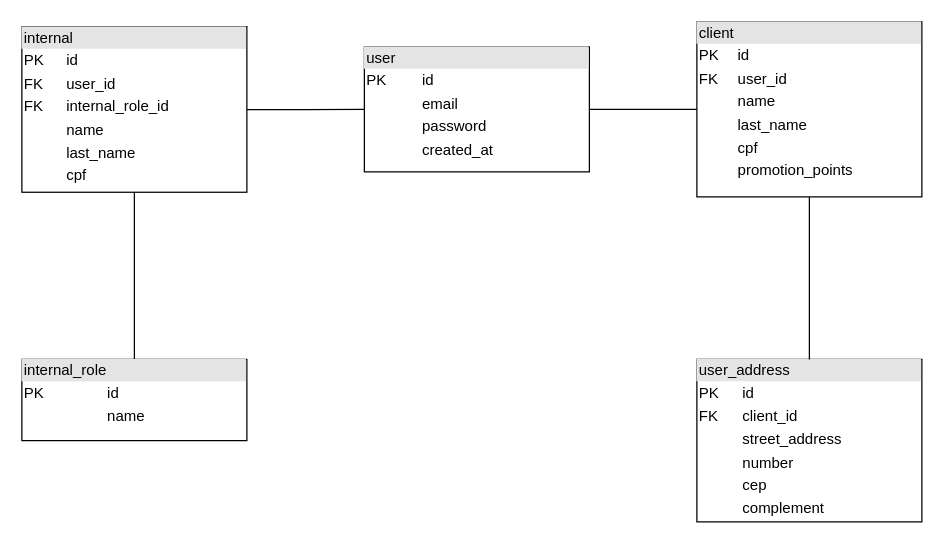
The draw.io diagram page "User" (2 of 3) of docs/data-modeling/data_modeling.drawio in doda-s/nippon-ten, before the edit. Source tidied: cells renumbered, new cells numbered last; positions are measured from the earlier drawing's top-left corner, leaving out a move shared by most shapes. Both pictures are drawn from the tidied source at 125%, with x=0, y=0 at pixel (21, 21).
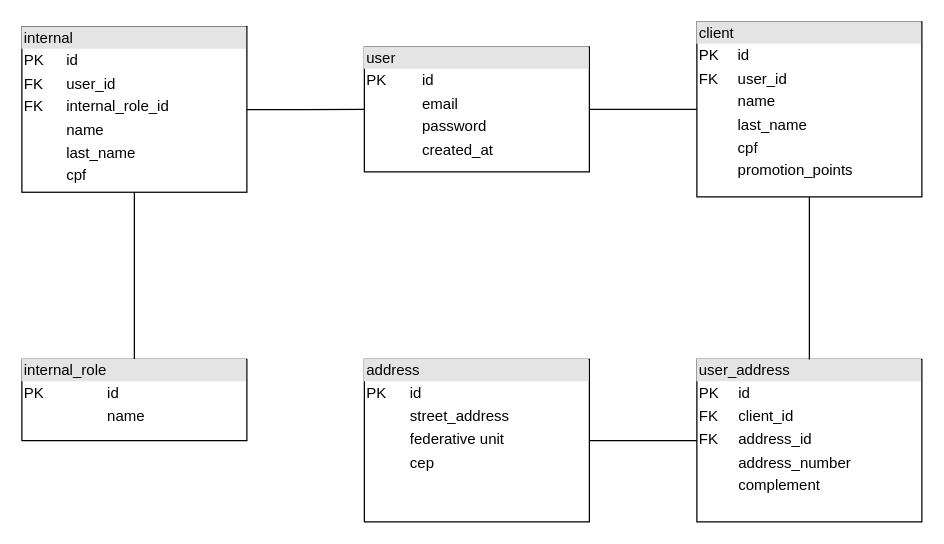
The same page after the edit.

Commit message:
docs: add product order diagram to data_modeling.drawio

The edit, as a diff of the source:
```diff
@@
 <mxGraphModel>
   <root>
     <mxCell id="0" />
     <mxCell id="1" parent="0" />
     <mxCell id="2" value="&lt;div style=&quot;box-sizing: border-box; width: 100%; background: rgb(228, 228, 228); padding: 2px;&quot;&gt;user&lt;/div&gt;&lt;table style=&quot;width:100%;font-size:1em;&quot; cellpadding=&quot;2&quot; cellspacing=&quot;0&quot;&gt;&lt;tbody&gt;&lt;tr&gt;&lt;td&gt;PK&lt;/td&gt;&lt;td&gt;id&lt;/td&gt;&lt;/tr&gt;&lt;tr&gt;&lt;td&gt;&lt;br&gt;&lt;/td&gt;&lt;td&gt;email&lt;/td&gt;&lt;/tr&gt;&lt;tr&gt;&lt;td&gt;&lt;br&gt;&lt;/td&gt;&lt;td&gt;password&lt;br&gt;&lt;/td&gt;&lt;/tr&gt;&lt;tr&gt;&lt;td&gt;&lt;br&gt;&lt;/td&gt;&lt;td&gt;created_at&lt;/td&gt;&lt;/tr&gt;&lt;/tbody&gt;&lt;/table&gt;" style="verticalAlign=top;align=left;overflow=fill;html=1;whiteSpace=wrap;" parent="1" vertex="1">
       <mxGeometry x="274" y="20" width="180" height="100" as="geometry" />
     </mxCell>
-    <mxCell id="3" value="&lt;div style=&quot;box-sizing: border-box; width: 100%; background: rgb(228, 228, 228); padding: 2px;&quot;&gt;user_address&lt;/div&gt;&lt;table style=&quot;width:100%;font-size:1em;&quot; cellpadding=&quot;2&quot; cellspacing=&quot;0&quot;&gt;&lt;tbody&gt;&lt;tr&gt;&lt;td&gt;PK&lt;/td&gt;&lt;td&gt;id&lt;/td&gt;&lt;/tr&gt;&lt;tr&gt;&lt;td&gt;FK&lt;/td&gt;&lt;td&gt;client_id&lt;/td&gt;&lt;/tr&gt;&lt;tr&gt;&lt;td&gt;&lt;/td&gt;&lt;td&gt;street_address&lt;/td&gt;&lt;/tr&gt;&lt;tr&gt;&lt;td&gt;&lt;br&gt;&lt;/td&gt;&lt;td&gt;number&lt;/td&gt;&lt;/tr&gt;&lt;tr&gt;&lt;td&gt;&lt;br&gt;&lt;/td&gt;&lt;td&gt;cep&lt;/td&gt;&lt;/tr&gt;&lt;tr&gt;&lt;td&gt;&lt;br&gt;&lt;/td&gt;&lt;td&gt;complement&lt;/td&gt;&lt;/tr&gt;&lt;/tbody&gt;&lt;/table&gt;" style="verticalAlign=top;align=left;overflow=fill;html=1;whiteSpace=wrap;" parent="1" vertex="1">
+    <mxCell id="3" value="&lt;div style=&quot;box-sizing: border-box; width: 100%; background: rgb(228, 228, 228); padding: 2px;&quot;&gt;user_address&lt;/div&gt;&lt;table style=&quot;width:100%;font-size:1em;&quot; cellpadding=&quot;2&quot; cellspacing=&quot;0&quot;&gt;&lt;tbody&gt;&lt;tr&gt;&lt;td&gt;PK&lt;/td&gt;&lt;td&gt;id&lt;/td&gt;&lt;/tr&gt;&lt;tr&gt;&lt;td&gt;FK&lt;/td&gt;&lt;td&gt;client_id&lt;/td&gt;&lt;/tr&gt;&lt;tr&gt;&lt;td&gt;FK&lt;/td&gt;&lt;td&gt;address_id&lt;/td&gt;&lt;/tr&gt;&lt;tr&gt;&lt;td&gt;&lt;br&gt;&lt;/td&gt;&lt;td&gt;address_number&lt;/td&gt;&lt;/tr&gt;&lt;tr&gt;&lt;td&gt;&lt;br&gt;&lt;/td&gt;&lt;td&gt;complement&lt;/td&gt;&lt;/tr&gt;&lt;/tbody&gt;&lt;/table&gt;" style="verticalAlign=top;align=left;overflow=fill;html=1;whiteSpace=wrap;" parent="1" vertex="1">
       <mxGeometry x="540" y="270" width="180" height="130" as="geometry" />
     </mxCell>
     <mxCell id="4" style="edgeStyle=orthogonalEdgeStyle;rounded=0;jettySize=auto;html=1;entryX=0;entryY=0.5;entryDx=0;entryDy=0;endArrow=none;endFill=0;" parent="1" edge="1" source="6" target="2">
       <mxGeometry relative="1" as="geometry" />
     </mxCell>
     <mxCell id="5" style="edgeStyle=orthogonalEdgeStyle;rounded=0;jettySize=auto;html=1;entryX=0.5;entryY=0;entryDx=0;entryDy=0;endArrow=none;endFill=0;" parent="1" edge="1" source="6" target="7">
       <mxGeometry relative="1" as="geometry" />
     </mxCell>
     <mxCell id="6" value="&lt;div style=&quot;box-sizing: border-box; width: 100%; background: rgb(228, 228, 228); padding: 2px;&quot;&gt;internal&lt;/div&gt;&lt;table style=&quot;width:100%;font-size:1em;&quot; cellpadding=&quot;2&quot; cellspacing=&quot;0&quot;&gt;&lt;tbody&gt;&lt;tr&gt;&lt;td&gt;PK&lt;/td&gt;&lt;td&gt;id&lt;/td&gt;&lt;/tr&gt;&lt;tr&gt;&lt;td&gt;FK&lt;/td&gt;&lt;td&gt;user_id&lt;/td&gt;&lt;/tr&gt;&lt;tr&gt;&lt;td&gt;FK&lt;/td&gt;&lt;td&gt;internal_role_id&lt;/td&gt;&lt;/tr&gt;&lt;tr&gt;&lt;td&gt;&lt;br&gt;&lt;/td&gt;&lt;td&gt;name&lt;/td&gt;&lt;/tr&gt;&lt;tr&gt;&lt;td&gt;&lt;br&gt;&lt;/td&gt;&lt;td&gt;last_name&lt;/td&gt;&lt;/tr&gt;&lt;tr&gt;&lt;td&gt;&lt;br&gt;&lt;/td&gt;&lt;td&gt;cpf&lt;/td&gt;&lt;/tr&gt;&lt;/tbody&gt;&lt;/table&gt;" style="verticalAlign=top;align=left;overflow=fill;html=1;whiteSpace=wrap;" parent="1" vertex="1">
       <mxGeometry y="3.8" width="180" height="132.5" as="geometry" />
     </mxCell>
     <mxCell id="7" value="&lt;div style=&quot;box-sizing: border-box; width: 100%; background: rgb(228, 228, 228); padding: 2px;&quot;&gt;internal_role&lt;/div&gt;&lt;table style=&quot;width:100%;font-size:1em;&quot; cellpadding=&quot;2&quot; cellspacing=&quot;0&quot;&gt;&lt;tbody&gt;&lt;tr&gt;&lt;td&gt;PK&lt;/td&gt;&lt;td&gt;id&lt;/td&gt;&lt;/tr&gt;&lt;tr&gt;&lt;td&gt;&lt;br&gt;&lt;/td&gt;&lt;td&gt;name&lt;/td&gt;&lt;/tr&gt;&lt;/tbody&gt;&lt;/table&gt;" style="verticalAlign=top;align=left;overflow=fill;html=1;whiteSpace=wrap;" parent="1" vertex="1">
       <mxGeometry y="270" width="180" height="65" as="geometry" />
     </mxCell>
     <mxCell id="8" style="edgeStyle=orthogonalEdgeStyle;rounded=0;jettySize=auto;html=1;entryX=0.5;entryY=0;entryDx=0;entryDy=0;endArrow=none;endFill=0;" parent="1" edge="1" source="10" target="3">
       <mxGeometry relative="1" as="geometry" />
     </mxCell>
     <mxCell id="9" style="edgeStyle=orthogonalEdgeStyle;rounded=0;jettySize=auto;html=1;entryX=1;entryY=0.5;entryDx=0;entryDy=0;endArrow=none;endFill=0;" parent="1" edge="1" source="10" target="2">
       <mxGeometry relative="1" as="geometry" />
     </mxCell>
     <mxCell id="10" value="&lt;div style=&quot;box-sizing: border-box; width: 100%; background: rgb(228, 228, 228); padding: 2px;&quot;&gt;client&lt;/div&gt;&lt;table style=&quot;width:100%;font-size:1em;&quot; cellpadding=&quot;2&quot; cellspacing=&quot;0&quot;&gt;&lt;tbody&gt;&lt;tr&gt;&lt;td&gt;PK&lt;/td&gt;&lt;td&gt;id&lt;/td&gt;&lt;/tr&gt;&lt;tr&gt;&lt;td&gt;FK&lt;/td&gt;&lt;td&gt;user_id&lt;/td&gt;&lt;/tr&gt;&lt;tr&gt;&lt;td&gt;&lt;br&gt;&lt;/td&gt;&lt;td&gt;name&lt;/td&gt;&lt;/tr&gt;&lt;tr&gt;&lt;td&gt;&lt;br&gt;&lt;/td&gt;&lt;td&gt;last_name&lt;/td&gt;&lt;/tr&gt;&lt;tr&gt;&lt;td&gt;&lt;br&gt;&lt;/td&gt;&lt;td&gt;cpf&lt;/td&gt;&lt;/tr&gt;&lt;tr&gt;&lt;td&gt;&lt;br&gt;&lt;/td&gt;&lt;td&gt;promotion_points&lt;/td&gt;&lt;/tr&gt;&lt;/tbody&gt;&lt;/table&gt;" style="verticalAlign=top;align=left;overflow=fill;html=1;whiteSpace=wrap;" parent="1" vertex="1">
       <mxGeometry x="540" width="180" height="140" as="geometry" />
     </mxCell>
+    <mxCell id="11" style="edgeStyle=orthogonalEdgeStyle;rounded=0;jettySize=auto;html=1;entryX=0;entryY=0.5;entryDx=0;entryDy=0;endArrow=none;endFill=0;" parent="1" edge="1" source="12" target="3">
+      <mxGeometry relative="1" as="geometry" />
+    </mxCell>
+    <mxCell id="12" value="&lt;div style=&quot;box-sizing: border-box; width: 100%; background: rgb(228, 228, 228); padding: 2px;&quot;&gt;address&lt;/div&gt;&lt;table style=&quot;width:100%;font-size:1em;&quot; cellpadding=&quot;2&quot; cellspacing=&quot;0&quot;&gt;&lt;tbody&gt;&lt;tr&gt;&lt;td&gt;PK&lt;/td&gt;&lt;td&gt;id&lt;/td&gt;&lt;/tr&gt;&lt;tr&gt;&lt;td&gt;&lt;/td&gt;&lt;td&gt;street_address&lt;/td&gt;&lt;/tr&gt;&lt;tr&gt;&lt;td&gt;&lt;br&gt;&lt;/td&gt;&lt;td&gt;federative unit&lt;/td&gt;&lt;/tr&gt;&lt;tr&gt;&lt;td&gt;&lt;br&gt;&lt;/td&gt;&lt;td&gt;cep&lt;/td&gt;&lt;/tr&gt;&lt;/tbody&gt;&lt;/table&gt;" style="verticalAlign=top;align=left;overflow=fill;html=1;whiteSpace=wrap;" parent="1" vertex="1">
+      <mxGeometry x="274" y="270" width="180" height="130" as="geometry" />
+    </mxCell>
   </root>
 </mxGraphModel>
```
